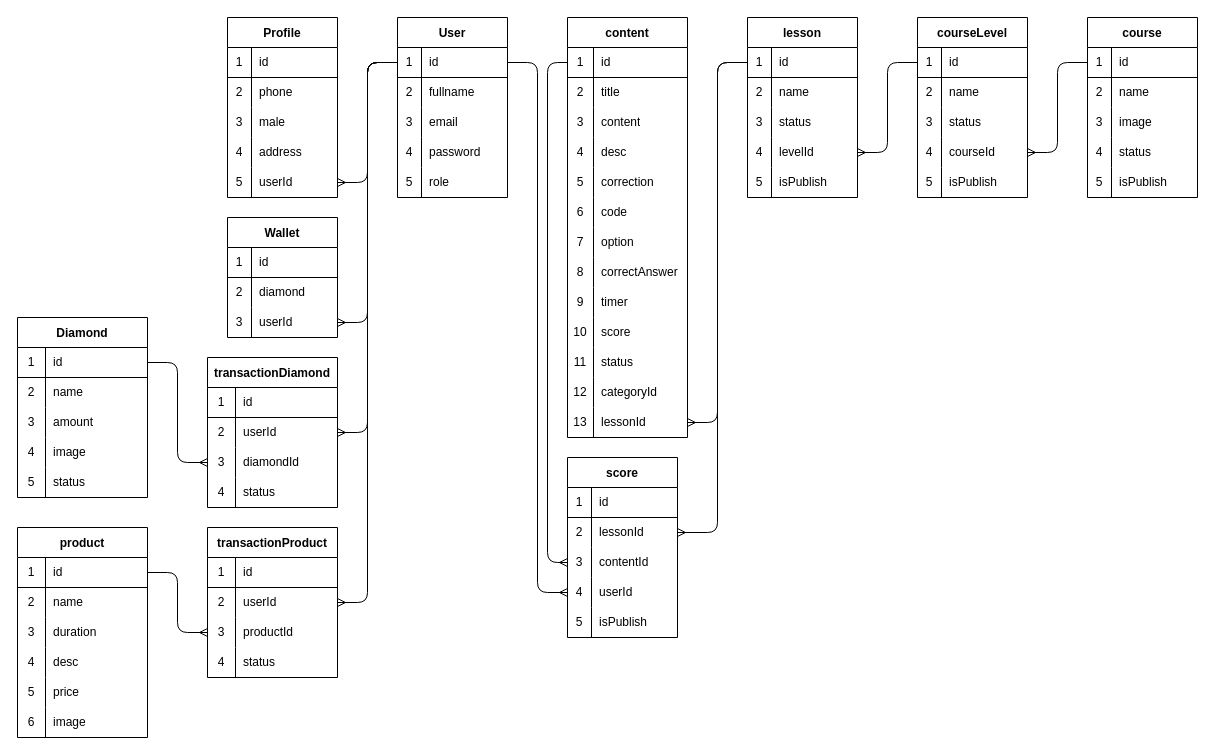
The draw.io diagram iQuiz.drawio in Jody-septiawan/iQuiz, before the edit. Source tidied: cells renumbered, new cells numbered last; positions are measured from the earlier drawing's top-left corner, leaving out a move shared by most shapes. Both pictures are drawn from the tidied source at 100%, with x=0, y=0 at pixel (17, 17).
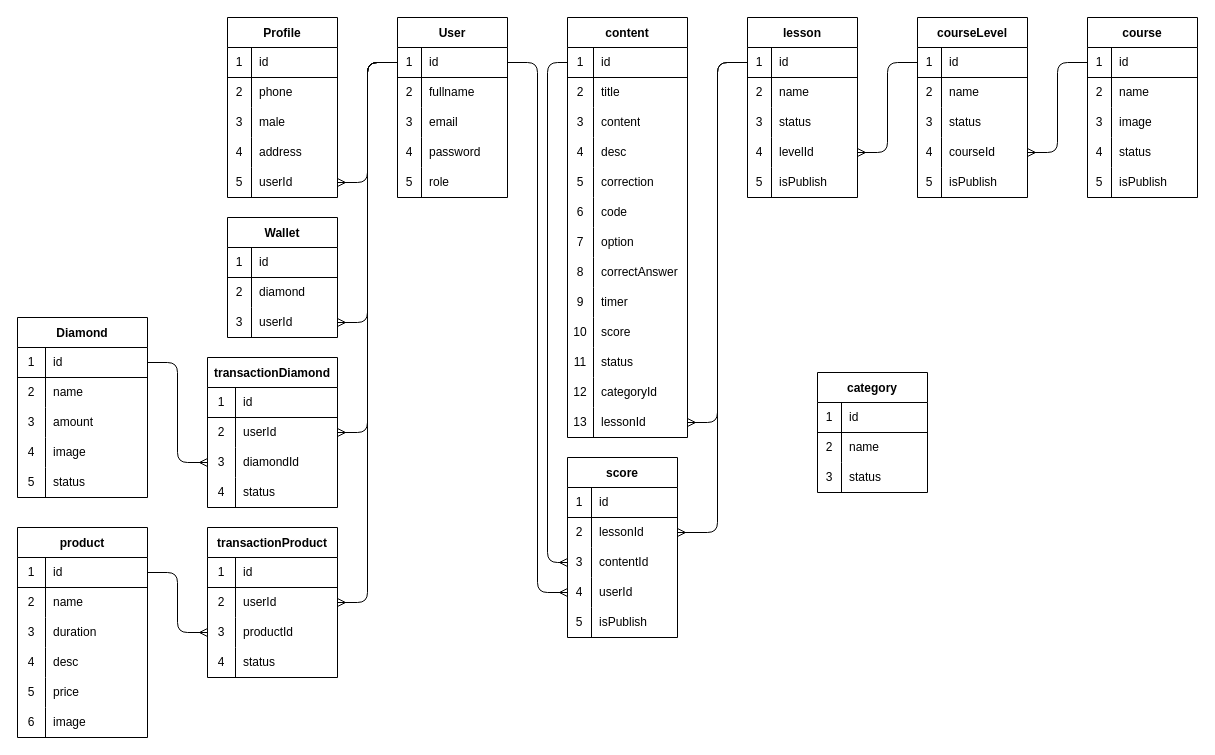
After the change.

Diff of the diagram source:
```diff
@@
+    <mxCell id="221" value="category" style="shape=table;startSize=30;childLayout=tableLayout;rowLines=0;fontStyle=1;align=center;" parent="1" vertex="1">
+      <mxGeometry x="800" y="355" width="110" height="120" as="geometry" />
+    </mxCell>
+    <mxCell id="222" style="shape=partialRectangle;html=1;whiteSpace=wrap;fillColor=none;top=0;left=0;bottom=1;right=0;" parent="221" vertex="1">
+      <mxGeometry y="30" width="110" height="30" as="geometry" />
+    </mxCell>
+    <mxCell id="223" value="1" style="shape=partialRectangle;html=1;whiteSpace=wrap;fillColor=none;top=0;left=0;bottom=0;right=0;overflow=hidden;" parent="222" vertex="1">
+      <mxGeometry width="24" height="30" as="geometry" />
+    </mxCell>
+    <mxCell id="224" value="id" style="shape=partialRectangle;html=1;whiteSpace=wrap;fillColor=none;top=0;left=0;bottom=0;right=0;align=left;spacingLeft=6;overflow=hidden;" parent="222" vertex="1">
+      <mxGeometry x="24" width="86" height="30" as="geometry" />
+    </mxCell>
+    <mxCell id="225" style="shape=partialRectangle;html=1;whiteSpace=wrap;fillColor=none;top=0;left=0;bottom=0;right=0;" parent="221" vertex="1">
+      <mxGeometry y="60" width="110" height="30" as="geometry" />
+    </mxCell>
+    <mxCell id="226" value="2" style="shape=partialRectangle;html=1;whiteSpace=wrap;fillColor=none;top=0;left=0;bottom=0;right=0;overflow=hidden;" parent="225" vertex="1">
+      <mxGeometry width="24" height="30" as="geometry" />
+    </mxCell>
+    <mxCell id="227" value="name" style="shape=partialRectangle;html=1;whiteSpace=wrap;fillColor=none;top=0;left=0;bottom=0;right=0;align=left;spacingLeft=6;overflow=hidden;" parent="225" vertex="1">
+      <mxGeometry x="24" width="86" height="30" as="geometry" />
+    </mxCell>
+    <mxCell id="228" style="shape=partialRectangle;html=1;whiteSpace=wrap;fillColor=none;top=0;left=0;bottom=0;right=0;" parent="221" vertex="1">
+      <mxGeometry y="90" width="110" height="30" as="geometry" />
+    </mxCell>
+    <mxCell id="229" value="3" style="shape=partialRectangle;html=1;whiteSpace=wrap;fillColor=none;top=0;left=0;bottom=0;right=0;overflow=hidden;" parent="228" vertex="1">
+      <mxGeometry width="24" height="30" as="geometry" />
+    </mxCell>
+    <mxCell id="230" value="status" style="shape=partialRectangle;html=1;whiteSpace=wrap;fillColor=none;top=0;left=0;bottom=0;right=0;align=left;spacingLeft=6;overflow=hidden;" parent="228" vertex="1">
+      <mxGeometry x="24" width="86" height="30" as="geometry" />
+    </mxCell>
```
